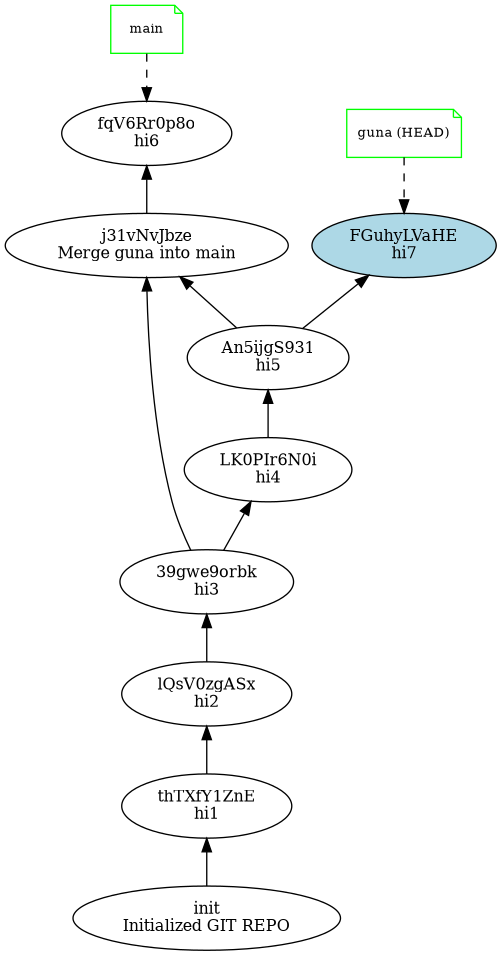
Earlier version of the Graphviz export git.png (Gogul11/GIT-Simulator). Its source is kept beside it as git.dot.
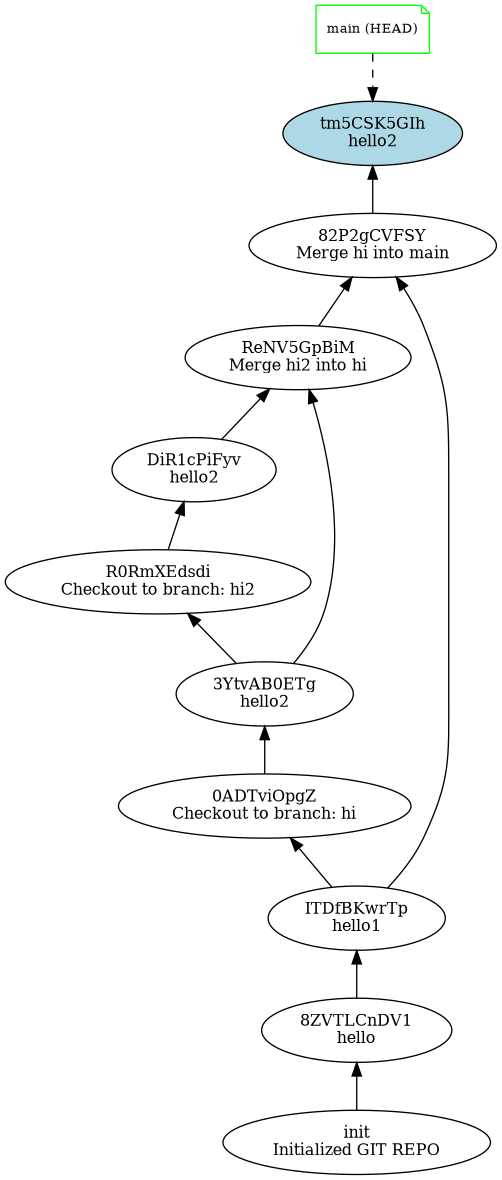
After the change.

The edit, as a diff of the source:
```diff
@@ -1,25 +1,26 @@
 digraph GitGraph {
   rankdir=TB;
-  "FGuhyLVaHE" [label="FGuhyLVaHE\nhi7", shape=ellipse, fontsize=12, style=filled, fillcolor=lightblue];
-  "j31vNvJbze" [label="j31vNvJbze\nMerge guna into main", shape=ellipse, fontsize=12];
-  "fqV6Rr0p8o" [label="fqV6Rr0p8o\nhi6", shape=ellipse, fontsize=12];
-  "LK0PIr6N0i" [label="LK0PIr6N0i\nhi4", shape=ellipse, fontsize=12];
-  "39gwe9orbk" [label="39gwe9orbk\nhi3", shape=ellipse, fontsize=12];
-  "lQsV0zgASx" [label="lQsV0zgASx\nhi2", shape=ellipse, fontsize=12];
-  "thTXfY1ZnE" [label="thTXfY1ZnE\nhi1", shape=ellipse, fontsize=12];
-  "An5ijgS931" [label="An5ijgS931\nhi5", shape=ellipse, fontsize=12];
+  "82P2gCVFSY" [label="82P2gCVFSY\nMerge hi into main", shape=ellipse, fontsize=12];
+  "ReNV5GpBiM" [label="ReNV5GpBiM\nMerge hi2 into hi", shape=ellipse, fontsize=12];
+  "DiR1cPiFyv" [label="DiR1cPiFyv\nhello2", shape=ellipse, fontsize=12];
+  "R0RmXEdsdi" [label="R0RmXEdsdi\nCheckout to branch: hi2", shape=ellipse, fontsize=12];
+  "3YtvAB0ETg" [label="3YtvAB0ETg\nhello2", shape=ellipse, fontsize=12];
+  "0ADTviOpgZ" [label="0ADTviOpgZ\nCheckout to branch: hi", shape=ellipse, fontsize=12];
+  "ITDfBKwrTp" [label="ITDfBKwrTp\nhello1", shape=ellipse, fontsize=12];
+  "8ZVTLCnDV1" [label="8ZVTLCnDV1\nhello", shape=ellipse, fontsize=12];
+  "tm5CSK5GIh" [label="tm5CSK5GIh\nhello2", shape=ellipse, fontsize=12, style=filled, fillcolor=lightblue];
   "init" [label="init\nInitialized GIT REPO", shape=ellipse, fontsize=12];
-  "FGuhyLVaHE" -> "An5ijgS931" [dir=back];
-  "j31vNvJbze" -> "39gwe9orbk" [dir=back];
-  "j31vNvJbze" -> "An5ijgS931" [dir=back];
-  "fqV6Rr0p8o" -> "j31vNvJbze" [dir=back];
-  "LK0PIr6N0i" -> "39gwe9orbk" [dir=back];
-  "39gwe9orbk" -> "lQsV0zgASx" [dir=back];
-  "lQsV0zgASx" -> "thTXfY1ZnE" [dir=back];
-  "thTXfY1ZnE" -> "init" [dir=back];
-  "An5ijgS931" -> "LK0PIr6N0i" [dir=back];
-  "branch_guna" [label="guna (HEAD)", shape=note, fontsize=10, color=green];
-  "branch_guna" -> "FGuhyLVaHE" [style=dashed];
-  "branch_main" [label="main", shape=note, fontsize=10, color=green];
-  "branch_main" -> "fqV6Rr0p8o" [style=dashed];
+  "82P2gCVFSY" -> "ITDfBKwrTp" [dir=back];
+  "82P2gCVFSY" -> "ReNV5GpBiM" [dir=back];
+  "ReNV5GpBiM" -> "3YtvAB0ETg" [dir=back];
+  "ReNV5GpBiM" -> "DiR1cPiFyv" [dir=back];
+  "DiR1cPiFyv" -> "R0RmXEdsdi" [dir=back];
+  "R0RmXEdsdi" -> "3YtvAB0ETg" [dir=back];
+  "3YtvAB0ETg" -> "0ADTviOpgZ" [dir=back];
+  "0ADTviOpgZ" -> "ITDfBKwrTp" [dir=back];
+  "ITDfBKwrTp" -> "8ZVTLCnDV1" [dir=back];
+  "8ZVTLCnDV1" -> "init" [dir=back];
+  "tm5CSK5GIh" -> "82P2gCVFSY" [dir=back];
+  "branch_main" [label="main (HEAD)", shape=note, fontsize=10, color=green];
+  "branch_main" -> "tm5CSK5GIh" [style=dashed];
 }
```
